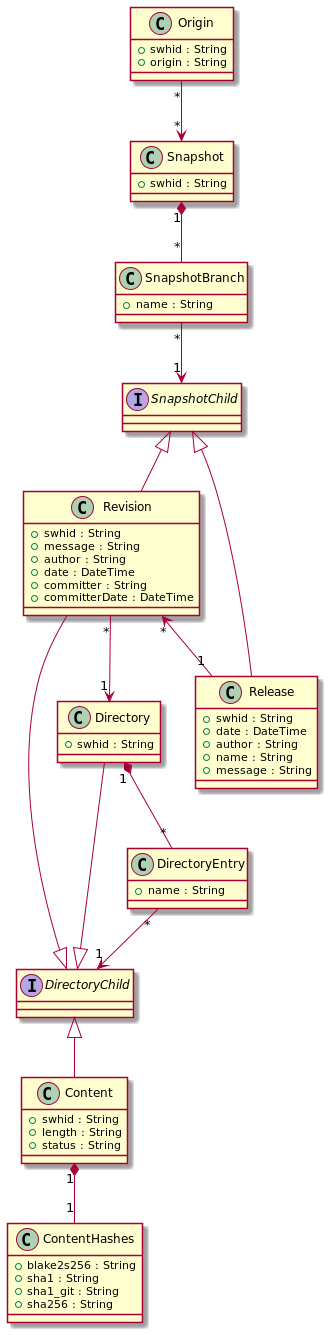
Earlier version of the PlantUML export diag.png (RomainLefeuvre/OpenAndroidDataset).
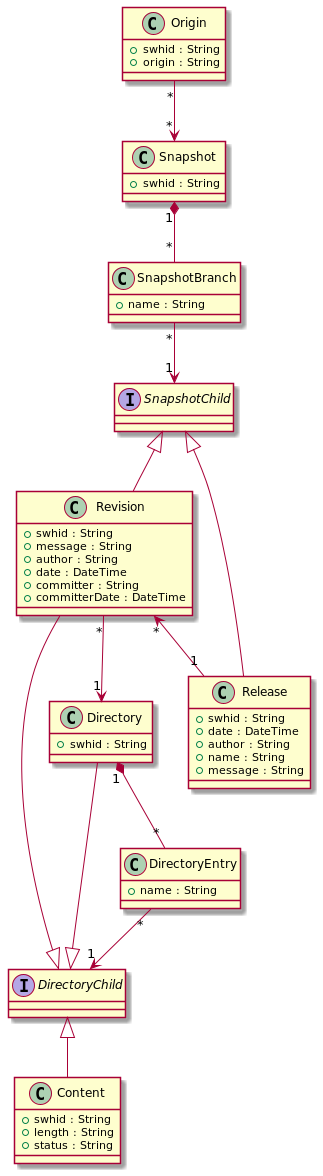
The same file after the commit.

Commit message:
Updating diagramm, removing content hash

The edit, as a diff of the source:
```diff
@@ -3,20 +3,13 @@
     interface SnapshotChild
     interface DirectoryChild
 
-    class ContentHashes {
-       + blake2s256 : String
-       + sha1 : String
-       + sha1_git : String
-       + sha256 : String
 
-    }
     class Content {
         + swhid : String
         + length : String
         + status : String
 
     }
-    Content "1" *-- "1" ContentHashes
     class Directory {
         +swhid : String
     }
```
